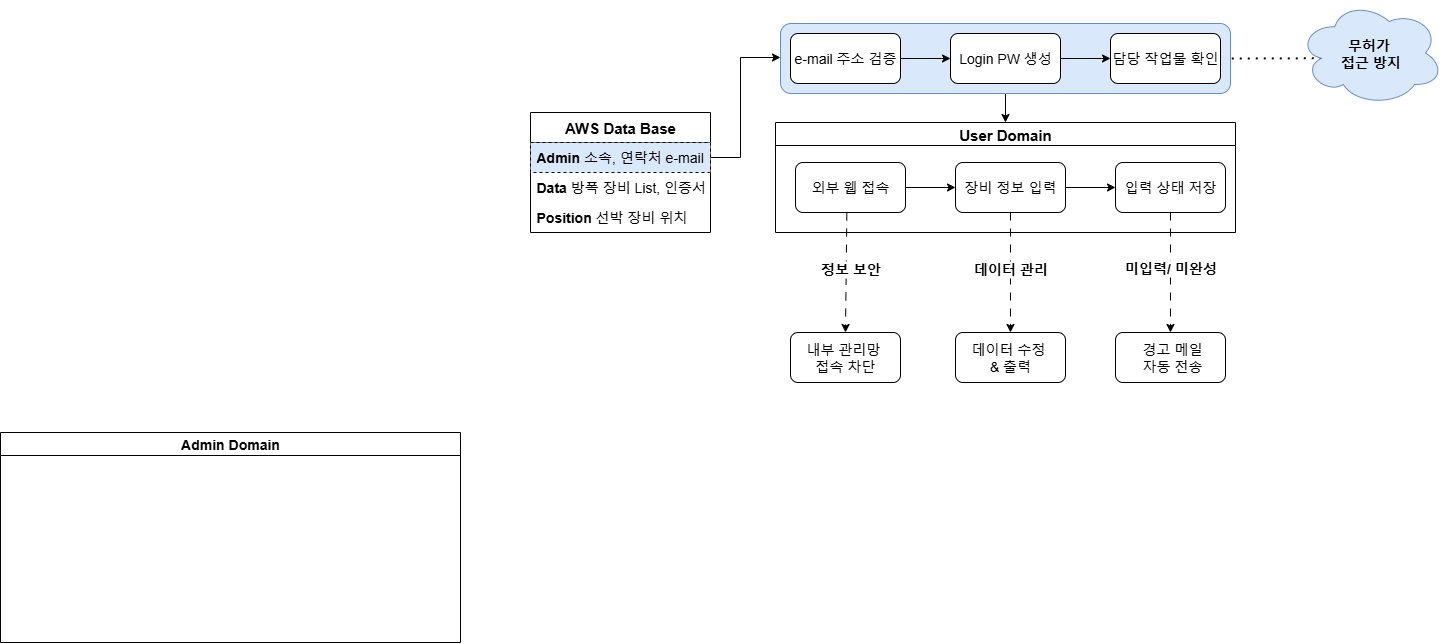
The draw.io diagram workflow/1013.drawio.png in HD-Jinyeong/my_flask_app, before a commit. Source tidied: cells renumbered, new cells last; positions are measured from the earlier drawing's top-left corner, leaving out a move shared by most shapes.
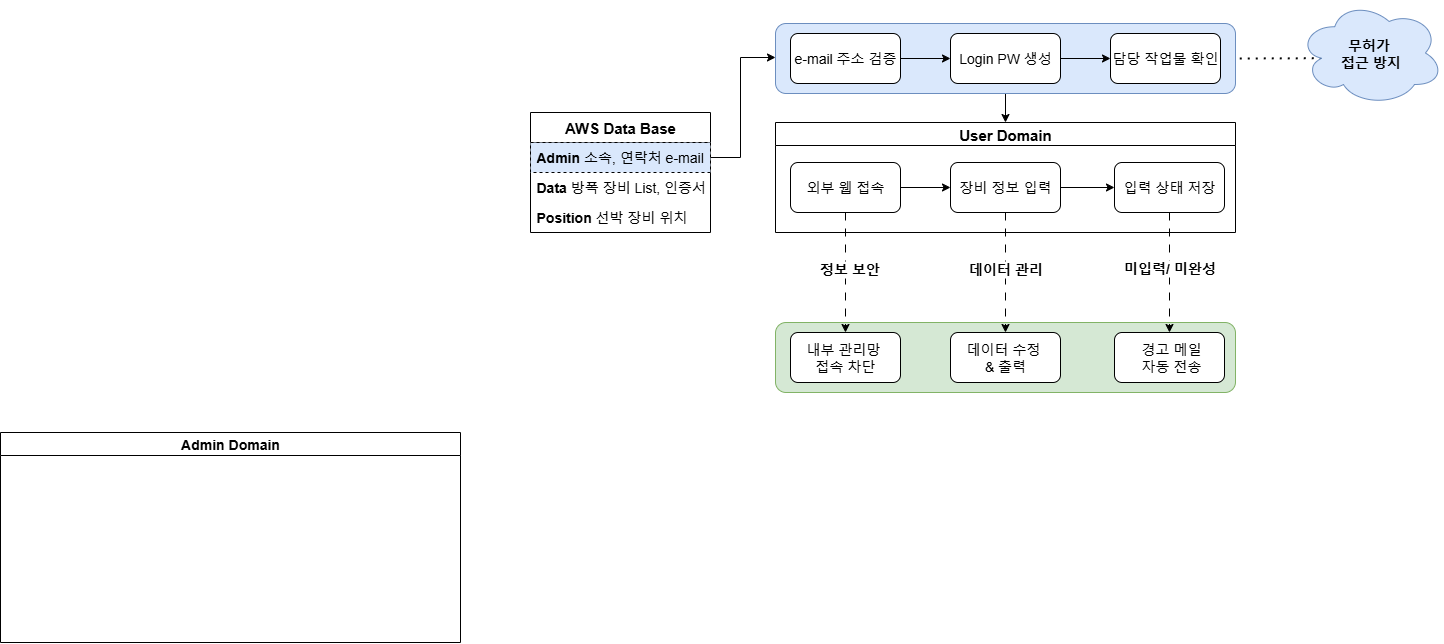
After the change.

Diff of the diagram source:
```diff
@@ -2,6 +2,9 @@
   <root>
     <mxCell id="0" />
     <mxCell id="1" parent="0" />
+    <mxCell id="32" style="rounded=1;whiteSpace=wrap;html=1;fillColor=#d5e8d4;strokeColor=#82b366;" parent="1" vertex="1">
+      <mxGeometry x="775" y="322" width="460" height="70" as="geometry" />
+    </mxCell>
     <mxCell id="2" value="&lt;font style=&quot;font-size: 14px;&quot;&gt;Admin Domain&lt;/font&gt;" style="swimlane;whiteSpace=wrap;html=1;" parent="1" vertex="1">
       <mxGeometry y="432" width="460" height="210" as="geometry" />
     </mxCell>
@@ -35,10 +38,10 @@
       <mxGeometry x="775" y="122" width="460" height="110" as="geometry" />
     </mxCell>
     <mxCell id="11" value="&lt;font style=&quot;font-size: 14px;&quot;&gt;장비 정보 입력&lt;/font&gt;" style="whiteSpace=wrap;html=1;rounded=1;" parent="10" vertex="1">
-      <mxGeometry x="180" y="40" width="110" height="50" as="geometry" />
+      <mxGeometry x="175" y="40" width="110" height="50" as="geometry" />
     </mxCell>
     <mxCell id="12" value="&lt;font style=&quot;font-size: 14px;&quot;&gt;입력 상태 저장&lt;/font&gt;" style="whiteSpace=wrap;html=1;rounded=1;" parent="10" vertex="1">
-      <mxGeometry x="340" y="40" width="110" height="50" as="geometry" />
+      <mxGeometry x="339" y="40" width="110" height="50" as="geometry" />
     </mxCell>
     <mxCell id="13" style="edgeStyle=orthogonalEdgeStyle;rounded=0;jettySize=auto;html=1;" parent="10" edge="1" source="11" target="12">
       <mxGeometry relative="1" as="geometry" />
@@ -47,7 +50,7 @@
       <mxGeometry relative="1" as="geometry" />
     </mxCell>
     <mxCell id="15" value="&lt;font style=&quot;font-size: 14px;&quot;&gt;외부 웹 접속&lt;/font&gt;" style="rounded=1;whiteSpace=wrap;html=1;" parent="10" vertex="1">
-      <mxGeometry x="20" y="40" width="110" height="50" as="geometry" />
+      <mxGeometry x="15" y="40" width="110" height="50" as="geometry" />
     </mxCell>
     <mxCell id="16" style="rounded=0;jettySize=auto;html=1;exitX=0.5;exitY=1;exitDx=0;exitDy=0;entryX=0.5;entryY=0;entryDx=0;entryDy=0;dashed=1;dashPattern=8 8;" parent="1" edge="1" source="12" target="18">
       <mxGeometry relative="1" as="geometry" />
@@ -58,10 +61,10 @@
       </mxGeometry>
     </mxCell>
     <mxCell id="18" value="&lt;font style=&quot;font-size: 14px;&quot;&gt;&amp;nbsp;경고 메일&lt;/font&gt;&lt;div&gt;&lt;font style=&quot;font-size: 14px;&quot;&gt;&amp;nbsp;자동 전송&lt;/font&gt;&lt;/div&gt;" style="whiteSpace=wrap;html=1;rounded=1;" parent="1" vertex="1">
-      <mxGeometry x="1115" y="332" width="110" height="50" as="geometry" />
+      <mxGeometry x="1114" y="332" width="110" height="50" as="geometry" />
     </mxCell>
     <mxCell id="19" value="&lt;font style=&quot;font-size: 14px;&quot;&gt;데이터 수정&amp;nbsp;&lt;/font&gt;&lt;div&gt;&lt;font style=&quot;font-size: 14px;&quot;&gt;&amp;amp; 출력&lt;/font&gt;&lt;/div&gt;" style="whiteSpace=wrap;html=1;rounded=1;" parent="1" vertex="1">
-      <mxGeometry x="955" y="332" width="110" height="50" as="geometry" />
+      <mxGeometry x="950" y="332" width="110" height="50" as="geometry" />
     </mxCell>
     <mxCell id="20" style="edgeStyle=orthogonalEdgeStyle;rounded=0;jettySize=auto;html=1;exitX=0.5;exitY=1;exitDx=0;exitDy=0;" parent="1" edge="1" source="24" target="10">
       <mxGeometry relative="1" as="geometry" />
@@ -78,7 +81,7 @@
       </mxGeometry>
     </mxCell>
     <mxCell id="24" style="rounded=1;whiteSpace=wrap;html=1;fillColor=#dae8fc;strokeColor=#6c8ebf;" parent="1" vertex="1">
-      <mxGeometry x="780" y="23" width="450" height="70" as="geometry" />
+      <mxGeometry x="775" y="23" width="460" height="70" as="geometry" />
     </mxCell>
     <mxCell id="25" value="&lt;font style=&quot;font-size: 14px;&quot;&gt;e-mail 주소 검증&lt;/font&gt;" style="rounded=1;whiteSpace=wrap;html=1;" parent="1" vertex="1">
       <mxGeometry x="790" y="33" width="110" height="50" as="geometry" />
@@ -95,10 +98,8 @@
     <mxCell id="29" style="edgeStyle=orthogonalEdgeStyle;rounded=0;jettySize=auto;html=1;" parent="1" edge="1" source="26" target="27">
       <mxGeometry relative="1" as="geometry" />
     </mxCell>
-    <mxCell id="30" style="rounded=0;jettySize=auto;html=1;entryX=0.5;entryY=0;entryDx=0;entryDy=0;exitX=0.5;exitY=1;exitDx=0;exitDy=0;dashed=1;dashPattern=8 8;" parent="1" edge="1" target="21">
-      <mxGeometry relative="1" as="geometry">
-        <mxPoint x="846.4" y="212" as="sourcePoint" />
-      </mxGeometry>
+    <mxCell id="30" style="rounded=0;jettySize=auto;html=1;entryX=0.5;entryY=0;entryDx=0;entryDy=0;exitX=0.5;exitY=1;exitDx=0;exitDy=0;dashed=1;dashPattern=8 8;" parent="1" edge="1" source="15" target="21">
+      <mxGeometry relative="1" as="geometry" />
     </mxCell>
     <mxCell id="31" value="&lt;b&gt;&lt;font style=&quot;font-size: 14px;&quot;&gt;정보 보안&lt;/font&gt;&lt;/b&gt;" style="edgeLabel;html=1;align=center;verticalAlign=middle;" parent="30" vertex="1">
       <mxGeometry x="0.1" y="1" relative="1" as="geometry">
```
